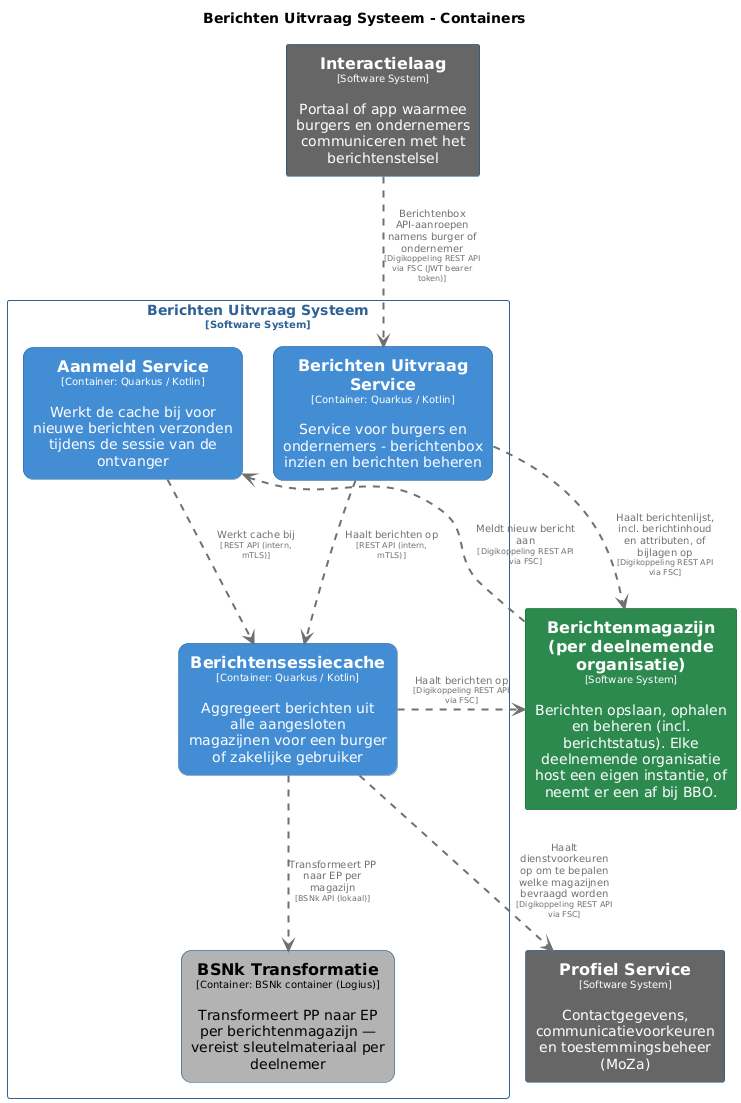
This is master/png/BerichtenUitvraagSysteemContainers.png from MinBZK/moza-poc-fbs-berichtenbox, a PlantUML export, as it was before one commit.
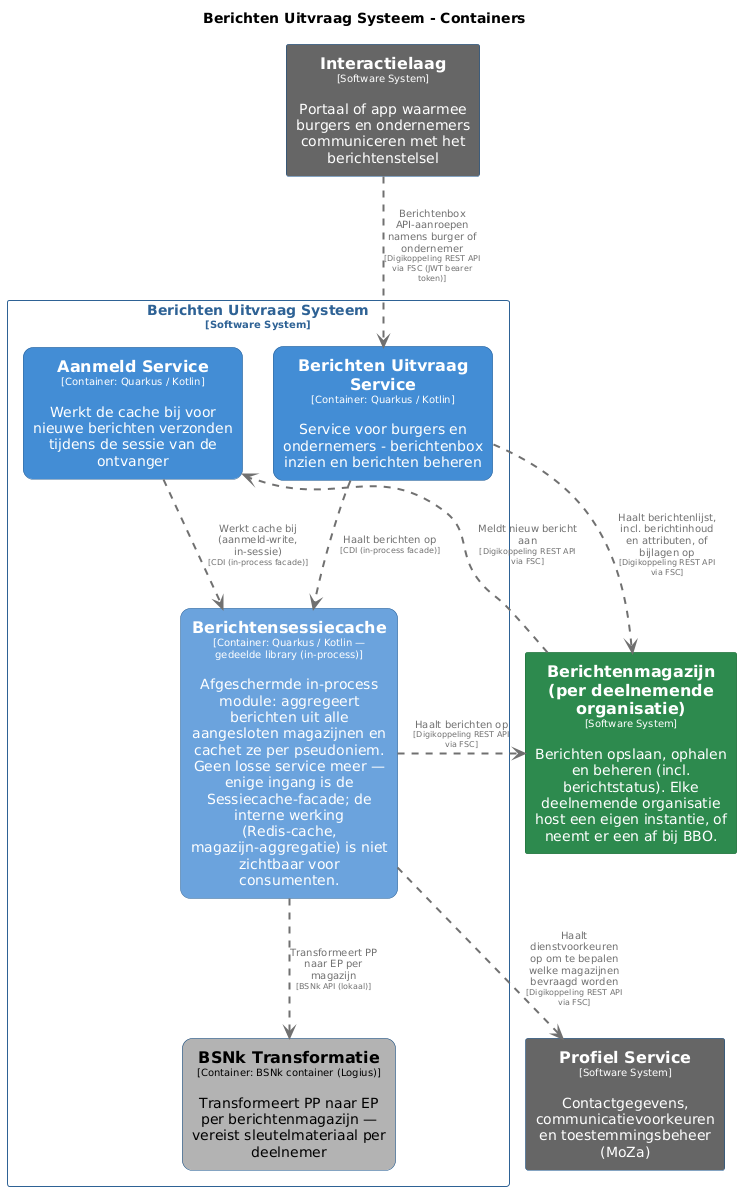
Above is the later version.

Diff of the diagram source:
```diff
@@ -43,7 +43,7 @@
   shadowing false
 }
 skinparam rectangle<<BerichtenUitvraagSysteem.Berichtensessiecache>> {
-  BackgroundColor #438dd5
+  BackgroundColor #6ba3dd
   FontColor #ffffff
   BorderColor #2e6295
   roundCorner 20
@@ -72,7 +72,7 @@
 rectangle "==Berichtenmagazijn (per deelnemende organisatie)\n<size:10>[Software System]</size>\n\nBerichten opslaan, ophalen en beheren (incl. berichtstatus). Elke deelnemende organisatie host een eigen instantie, of neemt er een af bij BBO." <<Berichtenmagazijnperdeelnemendeorganisatie>> as Berichtenmagazijnperdeelnemendeorganisatie
 
 rectangle "Berichten Uitvraag Systeem\n<size:10>[Software System]</size>" <<BerichtenUitvraagSysteem>> {
-  rectangle "==Berichtensessiecache\n<size:10>[Container: Quarkus / Kotlin]</size>\n\nAggregeert berichten uit alle aangesloten magazijnen voor een burger of zakelijke gebruiker" <<BerichtenUitvraagSysteem.Berichtensessiecache>> as BerichtenUitvraagSysteem.Berichtensessiecache
+  rectangle "==Berichtensessiecache\n<size:10>[Container: Quarkus / Kotlin — gedeelde library (in-process)]</size>\n\nAfgeschermde in-process module: aggregeert berichten uit alle aangesloten magazijnen en cachet ze per pseudoniem. Geen losse service meer — enige ingang is de Sessiecache-facade; de interne werking (Redis-cache, magazijn-aggregatie) is niet zichtbaar voor consumenten." <<BerichtenUitvraagSysteem.Berichtensessiecache>> as BerichtenUitvraagSysteem.Berichtensessiecache
   rectangle "==Berichten Uitvraag Service\n<size:10>[Container: Quarkus / Kotlin]</size>\n\nService voor burgers en ondernemers - berichtenbox inzien en berichten beheren" <<BerichtenUitvraagSysteem.BerichtenUitvraagService>> as BerichtenUitvraagSysteem.BerichtenUitvraagService
   rectangle "==BSNk Transformatie\n<size:10>[Container: BSNk container (Logius)]</size>\n\nTransformeert PP naar EP per berichtenmagazijn — vereist sleutelmateriaal per deelnemer" <<BerichtenUitvraagSysteem.BSNkTransformatie>> as BerichtenUitvraagSysteem.BSNkTransformatie
   rectangle "==Aanmeld Service\n<size:10>[Container: Quarkus / Kotlin]</size>\n\nWerkt de cache bij voor nieuwe berichten verzonden tijdens de sessie van de ontvanger" <<BerichtenUitvraagSysteem.AanmeldService>> as BerichtenUitvraagSysteem.AanmeldService
@@ -82,8 +82,8 @@
 BerichtenUitvraagSysteem.Berichtensessiecache .[#707070,thickness=2].> ProfielService : "<color:#707070>Haalt dienstvoorkeuren op om te bepalen welke magazijnen bevraagd worden\n<color:#707070><size:8>[Digikoppeling REST API via FSC]</size>"
 BerichtenUitvraagSysteem.Berichtensessiecache .[#707070,thickness=2].> Berichtenmagazijnperdeelnemendeorganisatie : "<color:#707070>Haalt berichten op\n<color:#707070><size:8>[Digikoppeling REST API via FSC]</size>"
 BerichtenUitvraagSysteem.Berichtensessiecache .[#707070,thickness=2].> BerichtenUitvraagSysteem.BSNkTransformatie : "<color:#707070>Transformeert PP naar EP per magazijn\n<color:#707070><size:8>[BSNk API (lokaal)]</size>"
-BerichtenUitvraagSysteem.AanmeldService .[#707070,thickness=2].> BerichtenUitvraagSysteem.Berichtensessiecache : "<color:#707070>Werkt cache bij\n<color:#707070><size:8>[REST API (intern, mTLS)]</size>"
-BerichtenUitvraagSysteem.BerichtenUitvraagService .[#707070,thickness=2].> BerichtenUitvraagSysteem.Berichtensessiecache : "<color:#707070>Haalt berichten op\n<color:#707070><size:8>[REST API (intern, mTLS)]</size>"
+BerichtenUitvraagSysteem.AanmeldService .[#707070,thickness=2].> BerichtenUitvraagSysteem.Berichtensessiecache : "<color:#707070>Werkt cache bij (aanmeld-write, in-sessie)\n<color:#707070><size:8>[CDI (in-process facade)]</size>"
+BerichtenUitvraagSysteem.BerichtenUitvraagService .[#707070,thickness=2].> BerichtenUitvraagSysteem.Berichtensessiecache : "<color:#707070>Haalt berichten op\n<color:#707070><size:8>[CDI (in-process facade)]</size>"
 Interactielaag .[#707070,thickness=2].> BerichtenUitvraagSysteem.BerichtenUitvraagService : "<color:#707070>Berichtenbox API-aanroepen namens burger of ondernemer\n<color:#707070><size:8>[Digikoppeling REST API via FSC (JWT bearer token)]</size>"
 BerichtenUitvraagSysteem.BerichtenUitvraagService .[#707070,thickness=2].> Berichtenmagazijnperdeelnemendeorganisatie : "<color:#707070>Haalt berichtenlijst, incl. berichtinhoud en attributen, of bijlagen op\n<color:#707070><size:8>[Digikoppeling REST API via FSC]</size>"
 @enduml
```
